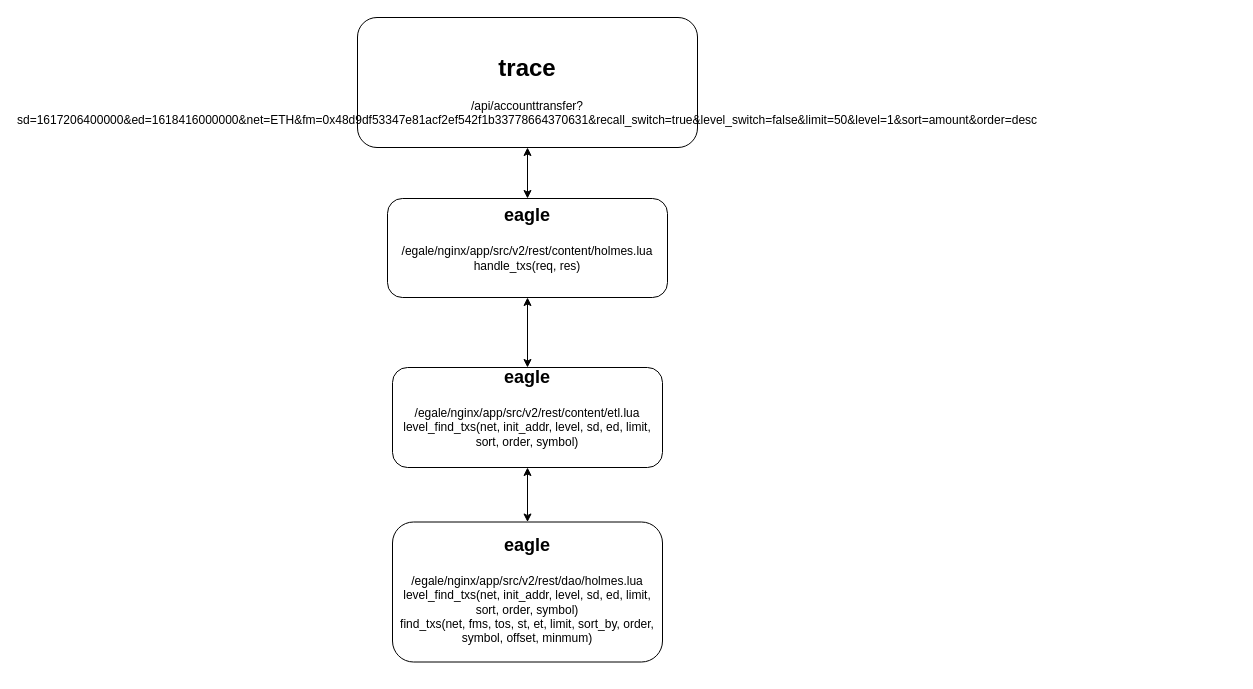
cxinping/bigdata keeps this draw.io diagram as bigdata-study/Untitled Diagram.drawio. Above is the earlier version. Source tidied: cells renumbered, new cells numbered last; positions are measured from the earlier drawing's top-left corner, leaving out a move shared by most shapes. Both pictures are drawn from the tidied source at 100%, with x=0, y=0 at pixel (357, 17).
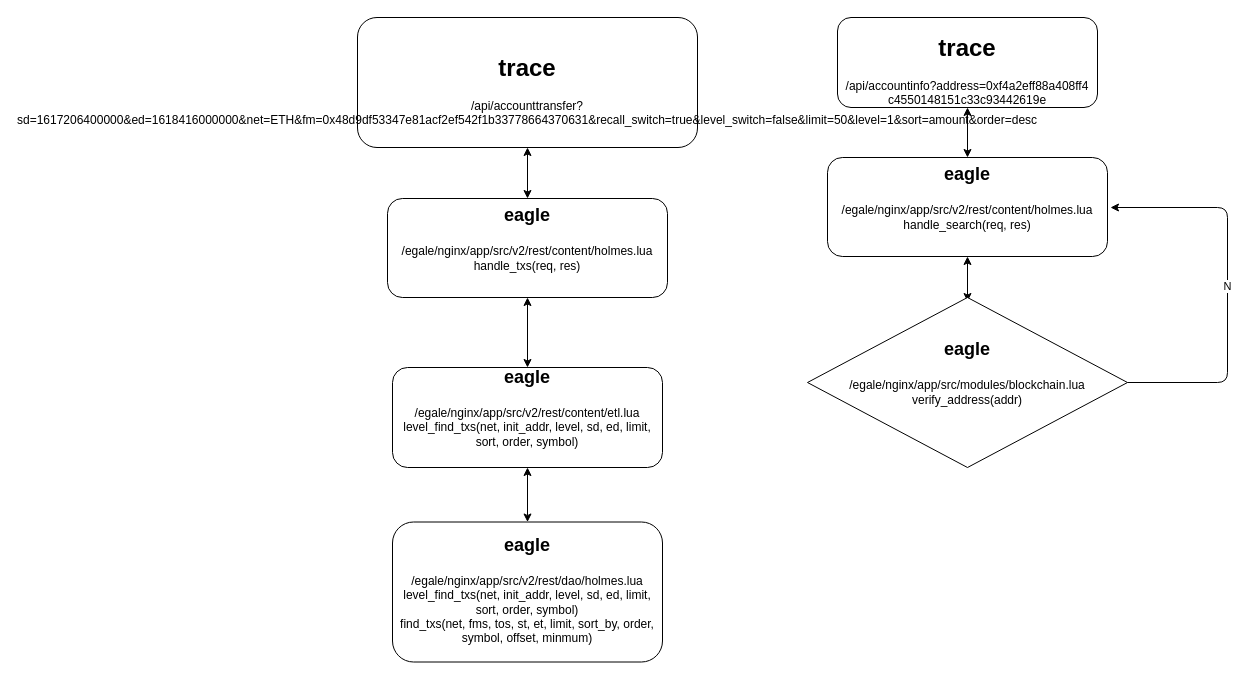
The same page after the edit.

Diff of the diagram source:
```diff
@@
 <mxGraphModel>
   <root>
     <mxCell id="0" />
     <mxCell id="1" parent="0" />
     <mxCell id="2" value="&lt;h1&gt;&lt;font style=&quot;font-size: 24px&quot;&gt;&lt;b&gt;&lt;font style=&quot;font-size: 24px&quot;&gt;trace&lt;/font&gt;&lt;/b&gt;&lt;/font&gt;&lt;/h1&gt;/api/accounttransfer?sd=1617206400000&amp;amp;ed=1618416000000&amp;amp;net=ETH&amp;amp;fm=0x48d9df53347e81acf2ef542f1b33778664370631&amp;amp;recall_switch=true&amp;amp;level_switch=false&amp;amp;limit=50&amp;amp;level=1&amp;amp;sort=amount&amp;amp;order=desc" style="rounded=1;whiteSpace=wrap;html=1;" parent="1" vertex="1">
       <mxGeometry width="340" height="130" as="geometry" />
     </mxCell>
     <mxCell id="3" value="&lt;h1&gt;&lt;font style=&quot;font-size: 18px&quot;&gt;eagle&lt;/font&gt;&lt;/h1&gt;&lt;p&gt;/egale/nginx/app/src/v2/rest/content/holmes.lua&lt;br&gt;handle_txs(req, res)&lt;br&gt;&lt;br&gt;&lt;br&gt;&lt;/p&gt;" style="rounded=1;whiteSpace=wrap;html=1;" parent="1" vertex="1">
       <mxGeometry x="30" y="181" width="280" height="99" as="geometry" />
     </mxCell>
     <mxCell id="4" value="&lt;h1&gt;&lt;font style=&quot;font-size: 18px&quot;&gt;eagle&lt;/font&gt;&lt;/h1&gt;&lt;p&gt;/egale/nginx/app/src/v2/rest/content/etl.lua&lt;br&gt;level_find_txs(net, init_addr, level, sd, ed, limit, sort, order, symbol)&lt;br&gt;&lt;br&gt;&lt;br&gt;&lt;/p&gt;" style="rounded=1;whiteSpace=wrap;html=1;" parent="1" vertex="1">
       <mxGeometry x="35" y="350" width="270" height="100" as="geometry" />
     </mxCell>
     <mxCell id="5" style="endArrow=classic;startArrow=classic;html=1;entryX=0.5;entryY=1;entryDx=0;entryDy=0;exitX=0.5;exitY=0;exitDx=0;exitDy=0;" parent="1" edge="1" source="3" target="2">
       <mxGeometry relative="1" as="geometry" />
     </mxCell>
     <mxCell id="6" style="endArrow=classic;startArrow=classic;html=1;entryX=0.5;entryY=1;entryDx=0;entryDy=0;exitX=0.5;exitY=0;exitDx=0;exitDy=0;" parent="1" edge="1" source="4" target="3">
       <mxGeometry relative="1" as="geometry" />
     </mxCell>
     <mxCell id="7" value="&lt;h1&gt;&lt;font style=&quot;font-size: 18px&quot;&gt;eagle&lt;/font&gt;&lt;/h1&gt;&lt;p&gt;/egale/nginx/app/src/v2/rest/dao/holmes.lua&lt;br&gt;level_find_txs(net, init_addr, level, sd, ed, limit, sort, order, symbol)&lt;br&gt;find_txs(net, fms, tos, st, et, limit, sort_by, order, symbol, offset, minmum)&lt;br&gt;&lt;br&gt;&lt;/p&gt;" style="rounded=1;whiteSpace=wrap;html=1;" parent="1" vertex="1">
       <mxGeometry x="35" y="504.5" width="270" height="140" as="geometry" />
     </mxCell>
     <mxCell id="8" style="endArrow=classic;startArrow=classic;html=1;entryX=0.5;entryY=1;entryDx=0;entryDy=0;exitX=0.5;exitY=0;exitDx=0;exitDy=0;" parent="1" edge="1" source="7" target="4">
       <mxGeometry relative="1" as="geometry" />
     </mxCell>
+    <mxCell id="9" value="&lt;h1&gt;&lt;font style=&quot;font-size: 24px&quot;&gt;&lt;b&gt;&lt;font style=&quot;font-size: 24px&quot;&gt;trace&lt;/font&gt;&lt;/b&gt;&lt;/font&gt;&lt;/h1&gt;/api/accountinfo?address=0xf4a2eff88a408ff4&lt;br&gt;c4550148151c33c93442619e" style="rounded=1;whiteSpace=wrap;html=1;" parent="1" vertex="1">
+      <mxGeometry x="480" width="260" height="90" as="geometry" />
+    </mxCell>
+    <mxCell id="10" value="&lt;h1&gt;&lt;font style=&quot;font-size: 18px&quot;&gt;eagle&lt;/font&gt;&lt;/h1&gt;&lt;p&gt;/egale/nginx/app/src/v2/rest/content/holmes.lua&lt;br&gt;handle_search(req, res)&lt;br&gt;&lt;br&gt;&lt;br&gt;&lt;/p&gt;" style="rounded=1;whiteSpace=wrap;html=1;" parent="1" vertex="1">
+      <mxGeometry x="470" y="140" width="280" height="99" as="geometry" />
+    </mxCell>
+    <mxCell id="11" style="endArrow=classic;startArrow=classic;html=1;entryX=0.5;entryY=1;entryDx=0;entryDy=0;exitX=0.5;exitY=0;exitDx=0;exitDy=0;" parent="1" edge="1" source="10" target="9">
+      <mxGeometry relative="1" as="geometry" />
+    </mxCell>
+    <mxCell id="12" style="endArrow=classic;startArrow=classic;html=1;entryX=0.5;entryY=1;entryDx=0;entryDy=0;exitX=0.5;exitY=0;exitDx=0;exitDy=0;" parent="1" edge="1" target="10">
+      <mxGeometry relative="1" as="geometry">
+        <mxPoint x="610" y="284" as="sourcePoint" />
+      </mxGeometry>
+    </mxCell>
+    <mxCell id="13" value="&lt;h1&gt;&lt;font style=&quot;font-size: 18px&quot;&gt;eagle&lt;/font&gt;&lt;/h1&gt;&lt;p&gt;/egale/nginx/app/src/modules/blockchain.lua&lt;br&gt;verify_address(addr)&lt;br&gt;&lt;br&gt;&lt;br&gt;&lt;/p&gt;" style="rhombus;whiteSpace=wrap;html=1;" parent="1" vertex="1">
+      <mxGeometry x="450" y="280" width="320" height="170" as="geometry" />
+    </mxCell>
+    <mxCell id="14" style="endArrow=classic;html=1;strokeColor=none;" parent="1" edge="1">
+      <mxGeometry relative="1" as="geometry">
+        <mxPoint x="790" y="520" as="sourcePoint" />
+        <mxPoint x="840" y="470" as="targetPoint" />
+      </mxGeometry>
+    </mxCell>
+    <mxCell id="15" value="N" style="endArrow=classic;html=1;exitX=1;exitY=0.5;exitDx=0;exitDy=0;" parent="1" edge="1" source="13">
+      <mxGeometry relative="1" as="geometry">
+        <mxPoint x="753" y="190" as="targetPoint" />
+        <Array as="points">
+          <mxPoint x="870" y="365" />
+          <mxPoint x="870" y="190" />
+        </Array>
+      </mxGeometry>
+    </mxCell>
   </root>
 </mxGraphModel>
```
